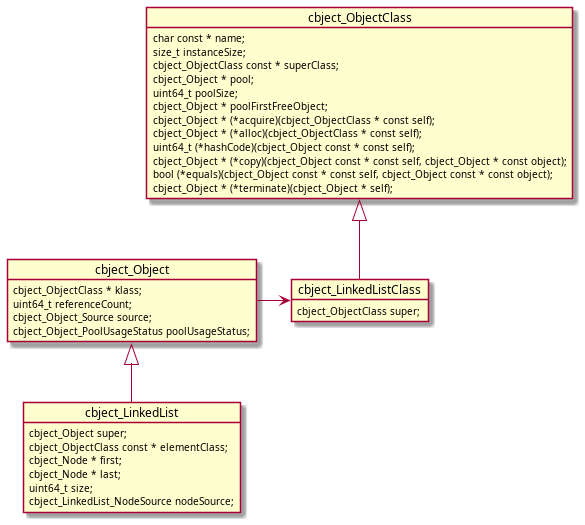
Earlier version of the PlantUML export docs/media/diag-linkedList.png (alexmarincu/Cbject).
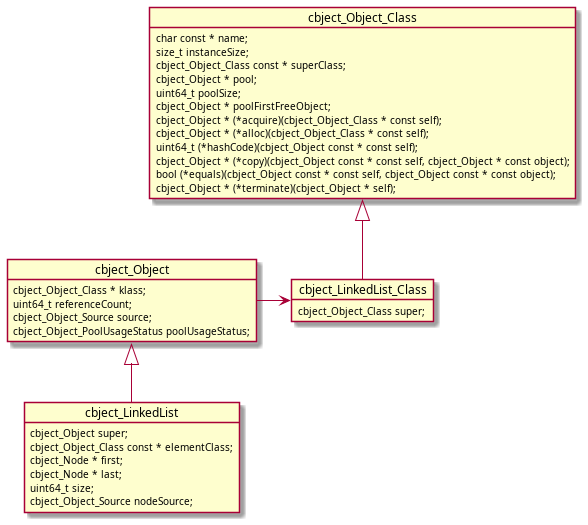
After the commit.

Diff of the diagram source:
```diff
@@ -1,36 +1,36 @@
 @startuml
 object cbject_LinkedList {
     cbject_Object super;
-    cbject_ObjectClass const * elementClass;
+    cbject_Object_Class const * elementClass;
     cbject_Node * first;
     cbject_Node * last;
     uint64_t size;
-    cbject_LinkedList_NodeSource nodeSource;
+    cbject_Object_Source nodeSource;
 }
-object cbject_LinkedListClass {
-    cbject_ObjectClass super;
+object cbject_LinkedList_Class {
+    cbject_Object_Class super;
 }
 object cbject_Object {
-    cbject_ObjectClass * klass;
+    cbject_Object_Class * klass;
     uint64_t referenceCount;
     cbject_Object_Source source;
     cbject_Object_PoolUsageStatus poolUsageStatus;
 }
-object cbject_ObjectClass {
+object cbject_Object_Class {
     char const * name;
     size_t instanceSize;
-    cbject_ObjectClass const * superClass;
+    cbject_Object_Class const * superClass;
     cbject_Object * pool;
     uint64_t poolSize;
     cbject_Object * poolFirstFreeObject;
-    cbject_Object * (*acquire)(cbject_ObjectClass * const self);
-    cbject_Object * (*alloc)(cbject_ObjectClass * const self);
+    cbject_Object * (*acquire)(cbject_Object_Class * const self);
+    cbject_Object * (*alloc)(cbject_Object_Class * const self);
     uint64_t (*hashCode)(cbject_Object const * const self);
     cbject_Object * (*copy)(cbject_Object const * const self, cbject_Object * const object);
     bool (*equals)(cbject_Object const * const self, cbject_Object const * const object);
     cbject_Object * (*terminate)(cbject_Object * self);
 }
 cbject_LinkedList -u-|> cbject_Object
-cbject_Object -r-> cbject_LinkedListClass
-cbject_LinkedListClass -u-|> cbject_ObjectClass
+cbject_Object -r-> cbject_LinkedList_Class
+cbject_LinkedList_Class -u-|> cbject_Object_Class
 @enduml
```
